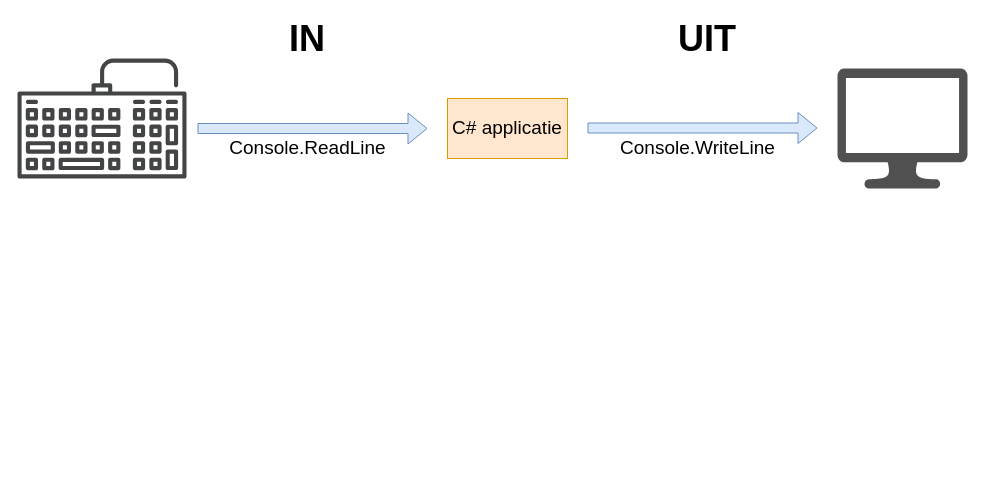
Before: page "Page-5" (5 of 5) of assets/svg diagrams.drawio in timdams/csharpbook, a draw.io diagram. Source tidied: cells renumbered, new cells numbered last; positions are measured from the earlier drawing's top-left corner, leaving out a move shared by most shapes. Both pictures are drawn from the tidied source at 100%, with x=0, y=0 at pixel (17, 28).
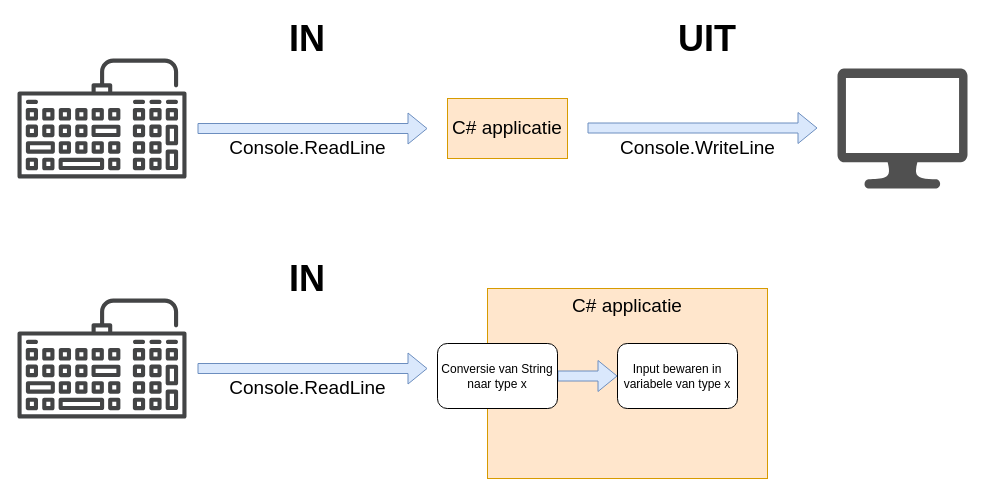
After the change.

What changed in the source:
```diff
@@
 <mxGraphModel>
   <root>
     <mxCell id="0" />
     <mxCell id="1" parent="0" />
+    <mxCell id="9" value="C# applicatie" style="rounded=0;whiteSpace=wrap;html=1;fillColor=#ffe6cc;strokeColor=#d79b00;fontSize=19;align=center;verticalAlign=top;" parent="1" vertex="1">
+      <mxGeometry x="470" y="260" width="280" height="190" as="geometry" />
+    </mxCell>
     <mxCell id="2" style="shadow=0;dashed=0;html=1;strokeColor=none;fillColor=#434445;labelPosition=center;verticalLabelPosition=bottom;verticalAlign=top;align=center;shape=mxgraph.vvd.keyboard;" parent="1" vertex="1">
       <mxGeometry y="30" width="169" height="120" as="geometry" />
     </mxCell>
     <mxCell id="3" style="shadow=0;dashed=0;html=1;strokeColor=none;fillColor=#505050;labelPosition=center;verticalLabelPosition=bottom;verticalAlign=top;align=center;shape=mxgraph.office.devices.lcd_monitor;" parent="1" vertex="1">
       <mxGeometry x="820" y="40" width="130" height="120" as="geometry" />
     </mxCell>
     <mxCell id="4" value="C# applicatie" style="rounded=0;whiteSpace=wrap;html=1;fillColor=#ffe6cc;strokeColor=#d79b00;fontSize=19;" parent="1" vertex="1">
       <mxGeometry x="430" y="70" width="120" height="60" as="geometry" />
     </mxCell>
     <mxCell id="5" value="Console.ReadLine" style="shape=flexArrow;endArrow=classic;html=1;fontSize=19;fillColor=#dae8fc;strokeColor=#6c8ebf;" parent="1" edge="1">
       <mxGeometry x="-0.04" y="-20" relative="1" as="geometry">
         <mxPoint x="180" y="100" as="sourcePoint" />
         <mxPoint x="410" y="100" as="targetPoint" />
       </mxGeometry>
     </mxCell>
     <mxCell id="6" value="Console.WriteLine" style="shape=flexArrow;endArrow=classic;html=1;fontSize=19;fillColor=#dae8fc;strokeColor=#6c8ebf;" parent="1" edge="1">
       <mxGeometry x="-0.04" y="-20" relative="1" as="geometry">
         <mxPoint x="570" y="99.5" as="sourcePoint" />
         <mxPoint x="800" y="99.5" as="targetPoint" />
       </mxGeometry>
     </mxCell>
     <mxCell id="7" value="&lt;b&gt;&lt;font style=&quot;font-size: 36px&quot;&gt;IN&lt;/font&gt;&lt;/b&gt;" style="text;html=1;strokeColor=none;fillColor=none;align=center;verticalAlign=middle;whiteSpace=wrap;rounded=0;fontSize=19;" parent="1" vertex="1">
       <mxGeometry x="270" width="40" height="20" as="geometry" />
     </mxCell>
     <mxCell id="8" value="&lt;b&gt;&lt;font style=&quot;font-size: 36px&quot;&gt;UIT&lt;/font&gt;&lt;/b&gt;" style="text;html=1;strokeColor=none;fillColor=none;align=center;verticalAlign=middle;whiteSpace=wrap;rounded=0;fontSize=19;" parent="1" vertex="1">
       <mxGeometry x="670" width="40" height="20" as="geometry" />
     </mxCell>
+    <mxCell id="10" style="shadow=0;dashed=0;html=1;strokeColor=none;fillColor=#434445;labelPosition=center;verticalLabelPosition=bottom;verticalAlign=top;align=center;shape=mxgraph.vvd.keyboard;" parent="1" vertex="1">
+      <mxGeometry y="270" width="169" height="120" as="geometry" />
+    </mxCell>
+    <mxCell id="11" value="Console.ReadLine" style="shape=flexArrow;endArrow=classic;html=1;fontSize=19;fillColor=#dae8fc;strokeColor=#6c8ebf;" parent="1" edge="1">
+      <mxGeometry x="-0.04" y="-20" relative="1" as="geometry">
+        <mxPoint x="180" y="340" as="sourcePoint" />
+        <mxPoint x="410" y="340" as="targetPoint" />
+      </mxGeometry>
+    </mxCell>
+    <mxCell id="12" value="&lt;b&gt;&lt;font style=&quot;font-size: 36px&quot;&gt;IN&lt;/font&gt;&lt;/b&gt;" style="text;html=1;strokeColor=none;fillColor=none;align=center;verticalAlign=middle;whiteSpace=wrap;rounded=0;fontSize=19;" parent="1" vertex="1">
+      <mxGeometry x="270" y="240" width="40" height="20" as="geometry" />
+    </mxCell>
+    <mxCell id="13" style="shape=flexArrow;endArrow=classic;html=1;fontSize=19;fillColor=#dae8fc;strokeColor=#6c8ebf;" parent="1" edge="1" source="14" target="15">
+      <mxGeometry relative="1" as="geometry" />
+    </mxCell>
+    <mxCell id="14" value="Conversie van String naar type x" style="rounded=1;whiteSpace=wrap;html=1;" parent="1" vertex="1">
+      <mxGeometry x="420" y="315" width="120" height="65" as="geometry" />
+    </mxCell>
+    <mxCell id="15" value="Input bewaren in variabele van type x" style="rounded=1;whiteSpace=wrap;html=1;align=center;" parent="1" vertex="1">
+      <mxGeometry x="600" y="315" width="120" height="65" as="geometry" />
+    </mxCell>
   </root>
 </mxGraphModel>
```
